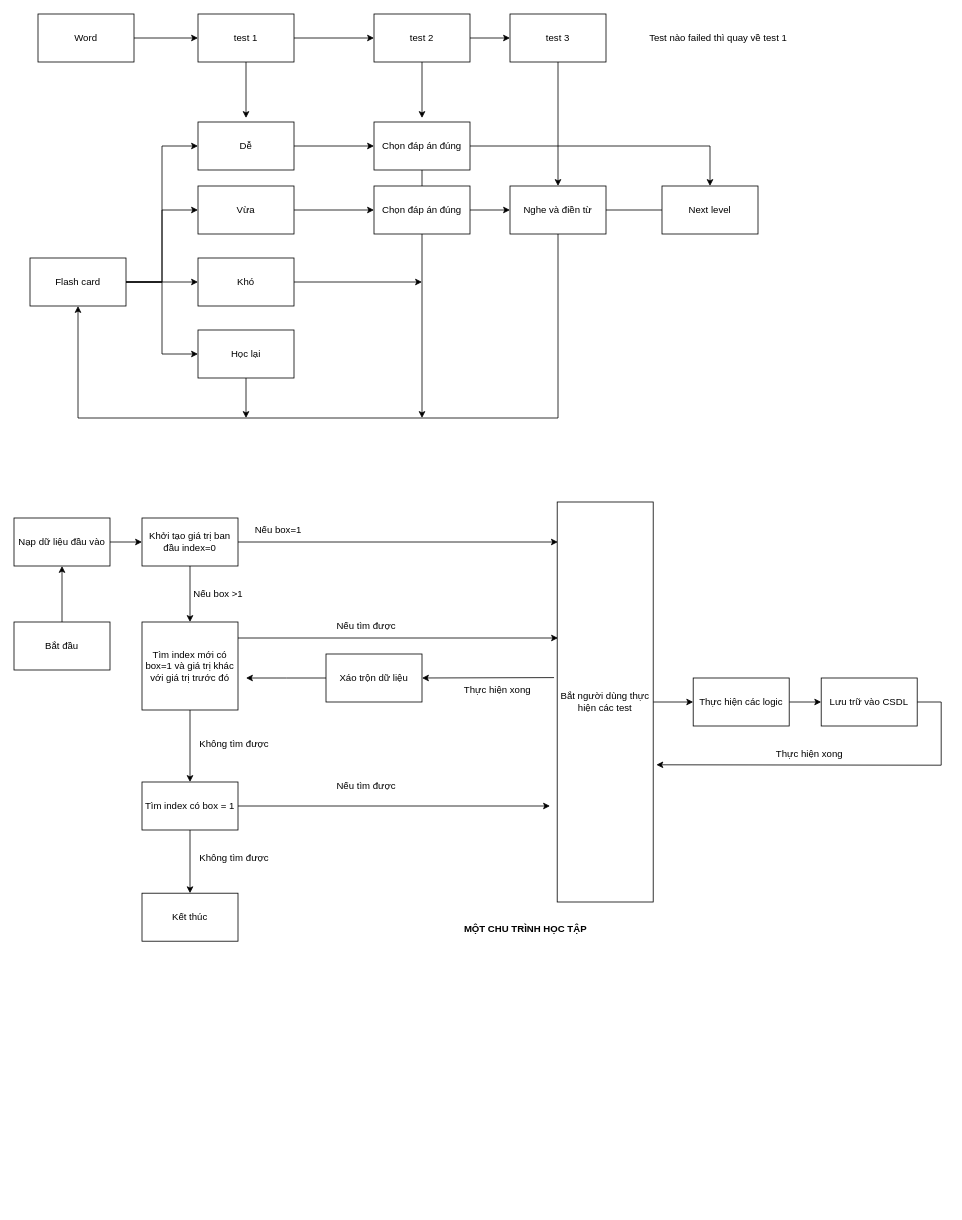
sqhqk58/hello-world keeps this draw.io diagram as page "1 turn học" (4 of 4) of Untitled Diagram.drawio. Above is the earlier version. Source tidied: cells renumbered, new cells numbered last; positions are measured from the earlier drawing's top-left corner, leaving out a move shared by most shapes. Both pictures are drawn from the tidied source at 80%, with x=0, y=0 at pixel (14, 14).
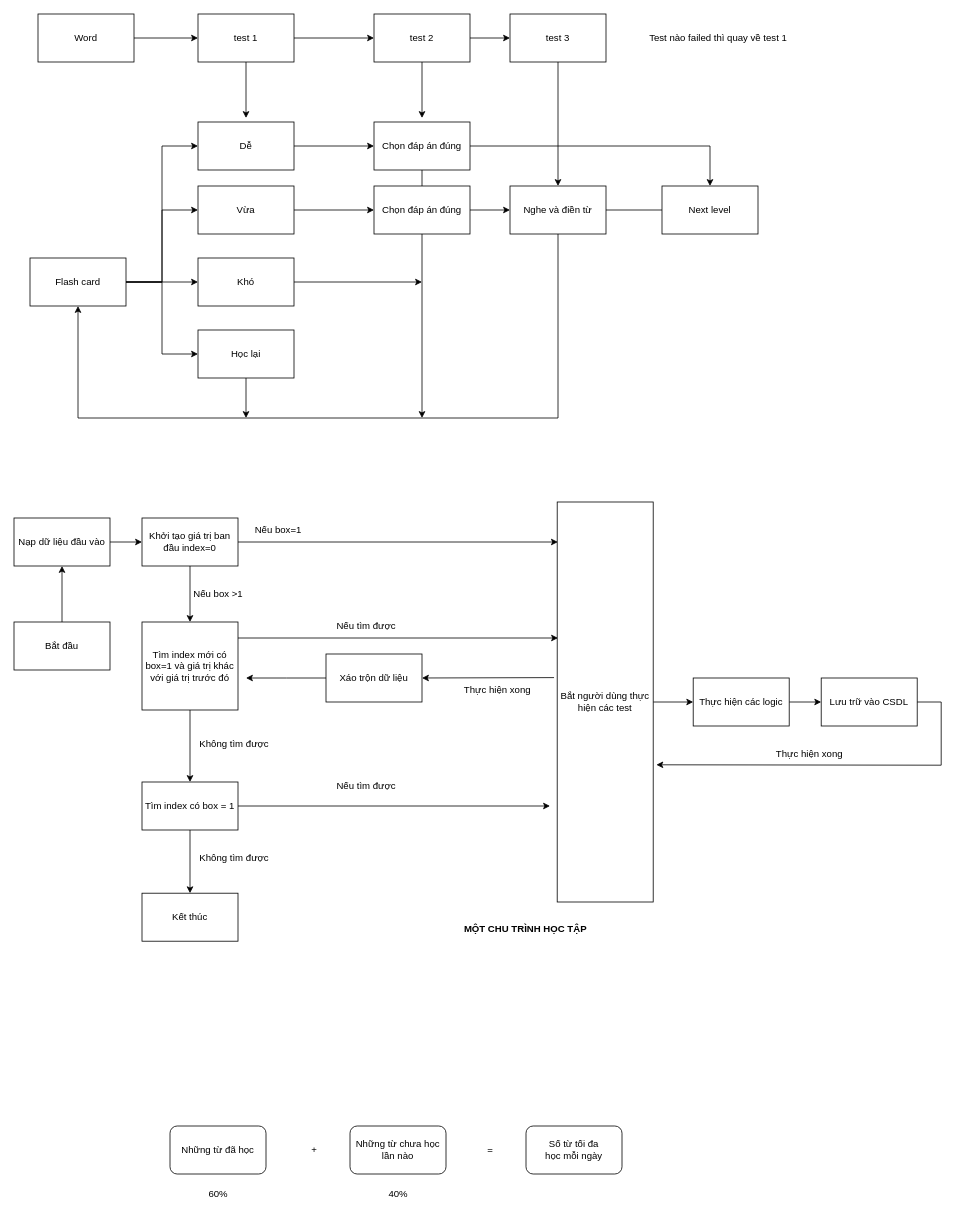
After the change.

The edit, as a diff of the source:
```diff
@@
+    <mxCell id="68" value="Những từ đã học" style="rounded=1;whiteSpace=wrap;html=1;" parent="1" vertex="1">
+      <mxGeometry x="195" y="1390" width="120" height="60" as="geometry" />
+    </mxCell>
+    <mxCell id="69" value="Những từ chưa học lần nào" style="rounded=1;whiteSpace=wrap;html=1;" parent="1" vertex="1">
+      <mxGeometry x="420" y="1390" width="120" height="60" as="geometry" />
+    </mxCell>
+    <mxCell id="70" value="60%" style="text;html=1;align=center;verticalAlign=middle;strokeColor=none;fillColor=none;" parent="1" vertex="1">
+      <mxGeometry x="230" y="1460" width="50" height="30" as="geometry" />
+    </mxCell>
+    <mxCell id="71" value="40%" style="text;html=1;align=center;verticalAlign=middle;strokeColor=none;fillColor=none;" parent="1" vertex="1">
+      <mxGeometry x="455" y="1460" width="50" height="30" as="geometry" />
+    </mxCell>
+    <mxCell id="72" value="Số từ tối đa &lt;br&gt;học mỗi ngày" style="rounded=1;whiteSpace=wrap;html=1;" parent="1" vertex="1">
+      <mxGeometry x="640" y="1390" width="120" height="60" as="geometry" />
+    </mxCell>
+    <mxCell id="73" value="+" style="text;html=1;align=center;verticalAlign=middle;strokeColor=none;fillColor=none;" parent="1" vertex="1">
+      <mxGeometry x="360" y="1405" width="30" height="30" as="geometry" />
+    </mxCell>
+    <mxCell id="74" value="=" style="text;html=1;align=center;verticalAlign=middle;strokeColor=none;fillColor=none;" parent="1" vertex="1">
+      <mxGeometry x="580" y="1405" width="30" height="30" as="geometry" />
+    </mxCell>
```
